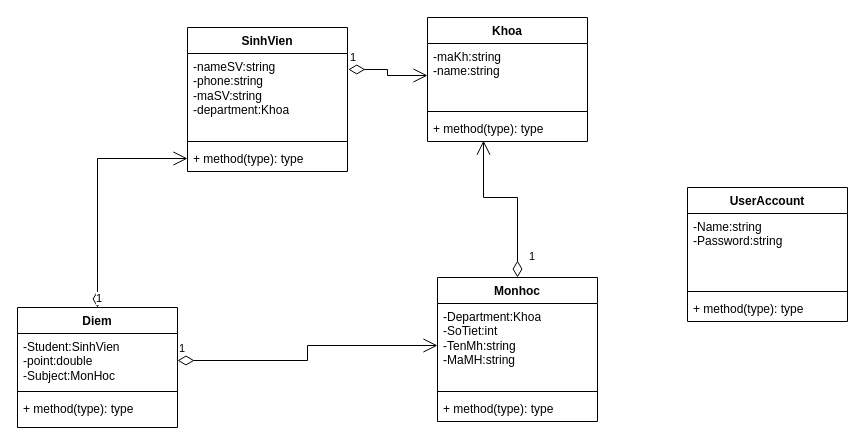
This is db4o_object.drawio from Invilesaniris/CSDL_NC, a draw.io file, before an edit. Source tidied: cells renumbered, new cells numbered last; positions are measured from the earlier drawing's top-left corner, leaving out a move shared by most shapes. Both pictures are drawn from the tidied source at 100%, with x=0, y=0 at pixel (17, 17).
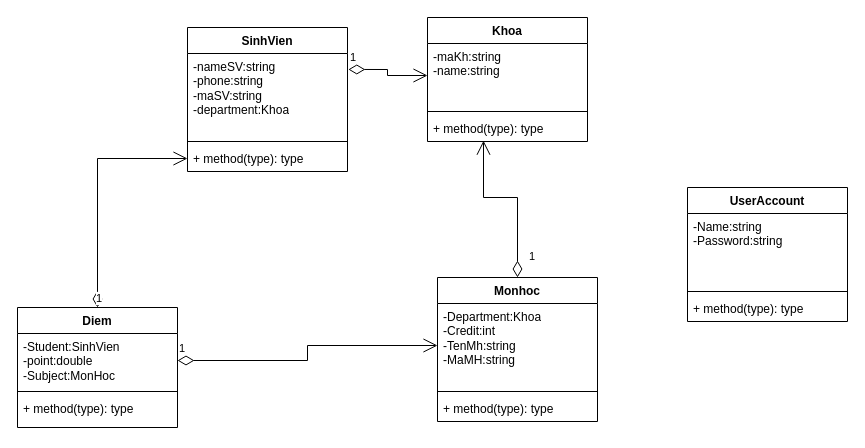
The same diagram, later.

Unchanged cells that the change refers to:
```xml
<mxCell id="10" value="Monhoc" style="swimlane;fontStyle=1;align=center;verticalAlign=top;horizontal=1;startSize=26;whiteSpace=wrap;html=1;" parent="1" vertex="1">
  <mxGeometry x="420" y="260" width="160" height="144" as="geometry" />
</mxCell>
```

The edit, as a diff of the source:
```diff
@@
-    <mxCell id="11" value="-Department:Khoa&lt;br&gt;-SoTiet:int&lt;br&gt;-TenMh:string&lt;div&gt;-MaMH:string&lt;/div&gt;" style="text;strokeColor=none;fillColor=none;align=left;verticalAlign=top;spacingLeft=4;spacingRight=4;overflow=hidden;points=[[0,0.5],[1,0.5]];portConstraint=eastwest;whiteSpace=wrap;html=1;" parent="10" vertex="1">
+    <mxCell id="11" value="-Department:Khoa&lt;br&gt;-Credit:int&lt;br&gt;-TenMh:string&lt;div&gt;-MaMH:string&lt;/div&gt;" style="text;strokeColor=none;fillColor=none;align=left;verticalAlign=top;spacingLeft=4;spacingRight=4;overflow=hidden;points=[[0,0.5],[1,0.5]];portConstraint=eastwest;whiteSpace=wrap;html=1;" parent="10" vertex="1">
       <mxGeometry y="26" width="160" height="84" as="geometry" />
     </mxCell>
```
